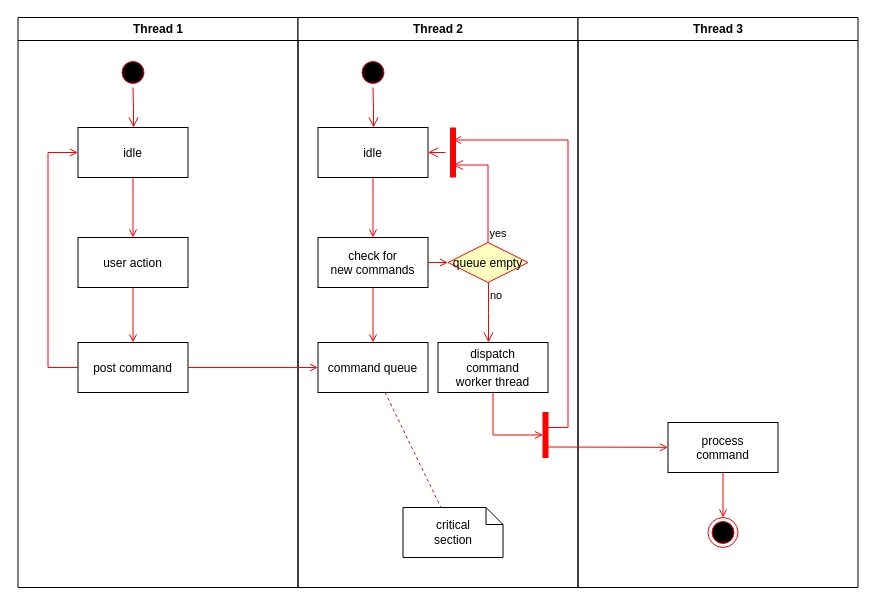
Before: Untitled Diagram.drawio in DataWizMaster/Web-Application-Development, a draw.io diagram. Source tidied: cells renumbered, new cells numbered last; positions are measured from the earlier drawing's top-left corner, leaving out a move shared by most shapes. Both pictures are drawn from the tidied source at 100%, with x=0, y=0 at pixel (17, 17).
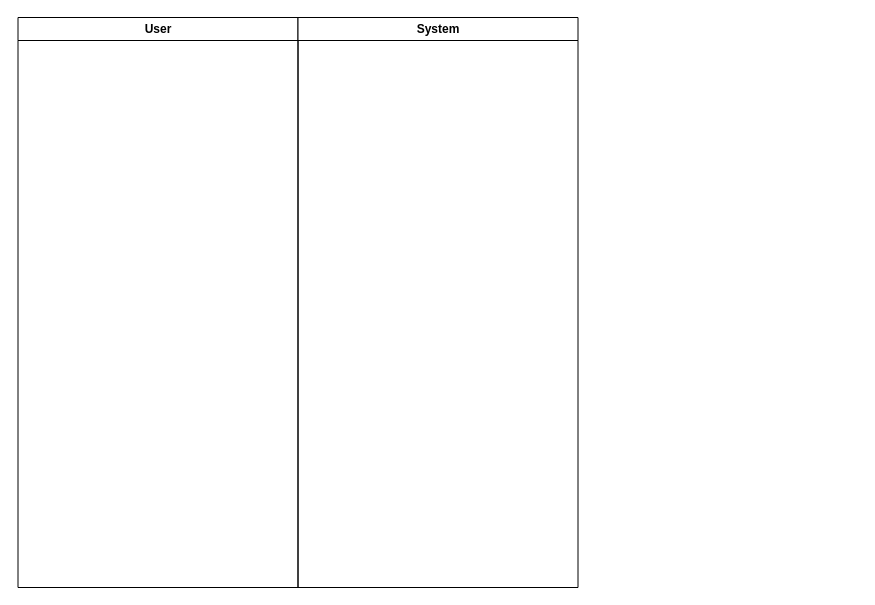
Above is the later version.

What changed in the source:
```diff
@@
-    <mxCell id="2" value="Thread 1" style="swimlane;whiteSpace=wrap;" parent="1" vertex="1">
+    <mxCell id="2" value="User" style="swimlane;whiteSpace=wrap;" parent="1" vertex="1">
       <mxGeometry x="0.5" width="280" height="570" as="geometry" />
     </mxCell>
-    <mxCell id="3" style="ellipse;shape=startState;fillColor=#000000;strokeColor=#ff0000;" parent="2" vertex="1">
-      <mxGeometry x="100" y="40" width="30" height="30" as="geometry" />
-    </mxCell>
-    <mxCell id="4" style="edgeStyle=elbowEdgeStyle;elbow=horizontal;verticalAlign=bottom;endArrow=open;endSize=8;strokeColor=#FF0000;endFill=1;rounded=0;" parent="2" edge="1" source="3" target="5">
-      <mxGeometry x="100" y="40" as="geometry" />
-    </mxCell>
-    <mxCell id="5" value="idle" parent="2" vertex="1">
-      <mxGeometry x="60" y="110" width="110" height="50" as="geometry" />
-    </mxCell>
-    <mxCell id="6" value="user action" parent="2" vertex="1">
-      <mxGeometry x="60" y="220" width="110" height="50" as="geometry" />
-    </mxCell>
-    <mxCell id="7" style="endArrow=open;strokeColor=#FF0000;endFill=1;rounded=0;" parent="2" edge="1" source="5" target="6">
-      <mxGeometry relative="1" as="geometry" />
-    </mxCell>
-    <mxCell id="8" value="post command" parent="2" vertex="1">
-      <mxGeometry x="60" y="325" width="110" height="50" as="geometry" />
-    </mxCell>
-    <mxCell id="9" style="endArrow=open;strokeColor=#FF0000;endFill=1;rounded=0;" parent="2" edge="1" source="6" target="8">
-      <mxGeometry relative="1" as="geometry" />
-    </mxCell>
-    <mxCell id="10" style="edgeStyle=elbowEdgeStyle;elbow=horizontal;strokeColor=#FF0000;endArrow=open;endFill=1;rounded=0;" parent="2" edge="1" source="8" target="5">
-      <mxGeometry relative="1" as="geometry">
-        <Array as="points">
-          <mxPoint x="30" y="250" />
-        </Array>
-      </mxGeometry>
-    </mxCell>
-    <mxCell id="11" value="Thread 2" style="swimlane;whiteSpace=wrap;" parent="1" vertex="1">
+    <mxCell id="11" value="System" style="swimlane;whiteSpace=wrap;" parent="1" vertex="1">
       <mxGeometry x="280.5" width="280" height="570" as="geometry" />
     </mxCell>
-    <mxCell id="12" style="ellipse;shape=startState;fillColor=#000000;strokeColor=#ff0000;" parent="11" vertex="1">
-      <mxGeometry x="60" y="40" width="30" height="30" as="geometry" />
-    </mxCell>
-    <mxCell id="13" style="edgeStyle=elbowEdgeStyle;elbow=horizontal;verticalAlign=bottom;endArrow=open;endSize=8;strokeColor=#FF0000;endFill=1;rounded=0;" parent="11" edge="1" source="12" target="14">
-      <mxGeometry x="40" y="20" as="geometry" />
-    </mxCell>
-    <mxCell id="14" value="idle" parent="11" vertex="1">
-      <mxGeometry x="20" y="110" width="110" height="50" as="geometry" />
-    </mxCell>
-    <mxCell id="15" value="check for &#10;new commands" parent="11" vertex="1">
-      <mxGeometry x="20" y="220" width="110" height="50" as="geometry" />
-    </mxCell>
-    <mxCell id="16" style="endArrow=open;strokeColor=#FF0000;endFill=1;rounded=0;" parent="11" edge="1" source="14" target="15">
-      <mxGeometry relative="1" as="geometry" />
-    </mxCell>
-    <mxCell id="17" value="command queue" parent="11" vertex="1">
-      <mxGeometry x="20" y="325" width="110" height="50" as="geometry" />
-    </mxCell>
-    <mxCell id="18" style="endArrow=open;strokeColor=#FF0000;endFill=1;rounded=0;" parent="11" edge="1" source="15" target="17">
-      <mxGeometry relative="1" as="geometry" />
-    </mxCell>
-    <mxCell id="19" value="queue empty" style="rhombus;fillColor=#ffffc0;strokeColor=#ff0000;" parent="11" vertex="1">
-      <mxGeometry x="150" y="225" width="80" height="40" as="geometry" />
-    </mxCell>
-    <mxCell id="20" value="yes" style="edgeStyle=elbowEdgeStyle;elbow=horizontal;align=left;verticalAlign=bottom;endArrow=open;endSize=8;strokeColor=#FF0000;exitX=0.5;exitY=0;endFill=1;rounded=0;entryX=0.75;entryY=0.5;entryPerimeter=0;" parent="11" edge="1" source="19" target="23">
-      <mxGeometry x="-1" relative="1" as="geometry">
-        <Array as="points">
-          <mxPoint x="190" y="180" />
-        </Array>
-      </mxGeometry>
-    </mxCell>
-    <mxCell id="21" value="no" style="edgeStyle=elbowEdgeStyle;elbow=horizontal;align=left;verticalAlign=top;endArrow=open;endSize=8;strokeColor=#FF0000;endFill=1;rounded=0;" parent="11" edge="1" source="19" target="25">
-      <mxGeometry x="-1" relative="1" as="geometry" />
-    </mxCell>
-    <mxCell id="22" style="endArrow=open;strokeColor=#FF0000;endFill=1;rounded=0;" parent="11" edge="1" source="15" target="19">
-      <mxGeometry relative="1" as="geometry" />
-    </mxCell>
-    <mxCell id="23" style="shape=line;strokeWidth=6;strokeColor=#ff0000;rotation=90;" parent="11" vertex="1">
-      <mxGeometry x="130" y="127.5" width="50" height="15" as="geometry" />
-    </mxCell>
-    <mxCell id="24" style="edgeStyle=elbowEdgeStyle;elbow=horizontal;verticalAlign=bottom;endArrow=open;endSize=8;strokeColor=#FF0000;endFill=1;rounded=0;" parent="11" edge="1" source="23" target="14">
-      <mxGeometry x="130" y="90" as="geometry" />
-    </mxCell>
-    <mxCell id="25" value="dispatch&#10;command&#10;worker thread" parent="11" vertex="1">
-      <mxGeometry x="140" y="325" width="110" height="50" as="geometry" />
-    </mxCell>
-    <mxCell id="26" value="critical&#10;section" style="shape=note;whiteSpace=wrap;size=17;" parent="11" vertex="1">
-      <mxGeometry x="105" y="490" width="100" height="50" as="geometry" />
-    </mxCell>
-    <mxCell id="27" style="endArrow=none;strokeColor=#FF0000;endFill=0;rounded=0;dashed=1;" parent="11" edge="1" source="17" target="26">
-      <mxGeometry relative="1" as="geometry" />
-    </mxCell>
-    <mxCell id="28" style="whiteSpace=wrap;strokeColor=#FF0000;fillColor=#FF0000;" parent="11" vertex="1">
-      <mxGeometry x="245" y="395" width="5" height="45" as="geometry" />
-    </mxCell>
-    <mxCell id="29" style="edgeStyle=elbowEdgeStyle;elbow=horizontal;entryX=0;entryY=0.5;strokeColor=#FF0000;endArrow=open;endFill=1;rounded=0;" parent="11" edge="1" source="25" target="28">
-      <mxGeometry relative="1" as="geometry">
-        <Array as="points">
-          <mxPoint x="195" y="400" />
-        </Array>
-      </mxGeometry>
-    </mxCell>
-    <mxCell id="30" value="Thread 3" style="swimlane;whiteSpace=wrap;" parent="1" vertex="1">
-      <mxGeometry x="560.5" width="280" height="570" as="geometry" />
-    </mxCell>
-    <mxCell id="31" value="process&#10;command" parent="30" vertex="1">
-      <mxGeometry x="90" y="405" width="110" height="50" as="geometry" />
-    </mxCell>
-    <mxCell id="32" style="edgeStyle=elbowEdgeStyle;elbow=horizontal;strokeColor=#FF0000;endArrow=open;endFill=1;rounded=0;entryX=0.25;entryY=0.5;entryPerimeter=0;" parent="30" edge="1" target="23">
-      <mxGeometry relative="1" as="geometry">
-        <mxPoint x="-30" y="410" as="sourcePoint" />
-        <Array as="points">
-          <mxPoint x="-10" y="135" />
-        </Array>
-      </mxGeometry>
-    </mxCell>
-    <mxCell id="33" style="edgeStyle=none;strokeColor=#FF0000;endArrow=open;endFill=1;rounded=0;" parent="30" edge="1" target="31">
-      <mxGeometry relative="1" as="geometry">
-        <mxPoint x="-30" y="429.5" as="sourcePoint" />
-      </mxGeometry>
-    </mxCell>
-    <mxCell id="34" style="ellipse;shape=endState;fillColor=#000000;strokeColor=#ff0000;" parent="30" vertex="1">
-      <mxGeometry x="130" y="500" width="30" height="30" as="geometry" />
-    </mxCell>
-    <mxCell id="35" style="endArrow=open;strokeColor=#FF0000;endFill=1;rounded=0;" parent="30" edge="1" source="31" target="34">
-      <mxGeometry relative="1" as="geometry" />
-    </mxCell>
-    <mxCell id="36" style="endArrow=open;strokeColor=#FF0000;endFill=1;rounded=0;" parent="1" edge="1" source="8" target="17">
-      <mxGeometry relative="1" as="geometry" />
-    </mxCell>
```
